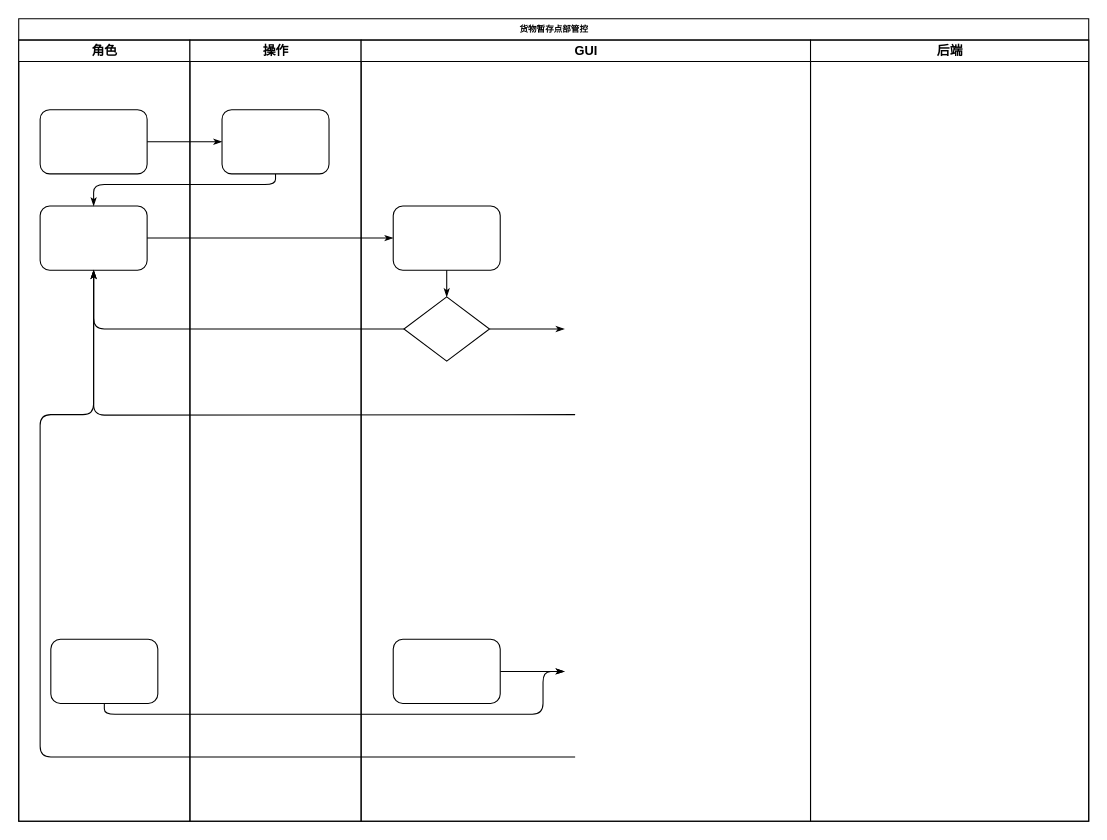
wenwenwei/- keeps this draw.io diagram as 货物暂存点部管控.drawio. Above is the earlier version. Source tidied: cells renumbered, new cells numbered last; positions are measured from the earlier drawing's top-left corner, leaving out a move shared by most shapes. Both pictures are drawn from the tidied source at 107%, with x=0, y=0 at pixel (18, 18).
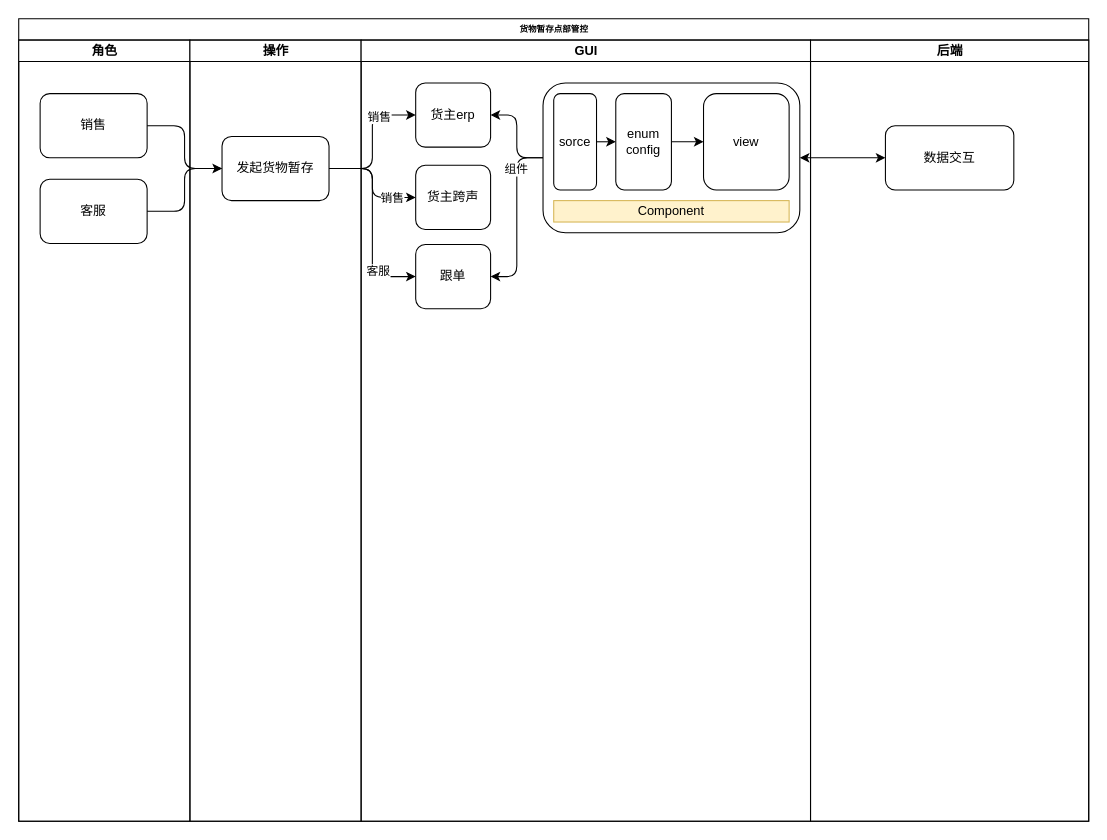
The same page after the edit.

Commit message (it also covers changes not shown here):
更新货物暂存点部管控.drawio

Unchanged cells that the change refers to:
```xml
<mxCell id="2" value="货物暂存点部管控" style="swimlane;html=1;startSize=20;rounded=0;shadow=0;labelBackgroundColor=none;strokeWidth=1;fontFamily=Verdana;fontSize=8;align=center;" parent="1" vertex="1">
  <mxGeometry width="1000" height="750" as="geometry" />
</mxCell>
<mxCell id="3" value="角色" style="swimlane;html=1;startSize=20;" parent="2" vertex="1">
  <mxGeometry y="20" width="160" height="730" as="geometry" />
</mxCell>
<mxCell id="16" value="操作" style="swimlane;html=1;startSize=20;" parent="2" vertex="1">
  <mxGeometry x="160" y="20" width="160" height="730" as="geometry" />
</mxCell>
<mxCell id="18" value="GUI" style="swimlane;html=1;startSize=20;" parent="2" vertex="1">
  <mxGeometry x="320" y="20" width="420" height="730" as="geometry" />
</mxCell>
<mxCell id="23" value="后端" style="swimlane;html=1;startSize=20;" parent="2" vertex="1">
  <mxGeometry x="740" y="20" width="260" height="730" as="geometry" />
</mxCell>
```

The edit, as a diff of the source:
```diff
@@
-    <mxCell id="4" style="rounded=1;whiteSpace=wrap;html=1;shadow=0;labelBackgroundColor=none;strokeWidth=1;fontFamily=Verdana;fontSize=8;align=center;" parent="3" vertex="1">
-      <mxGeometry x="20" y="65" width="100" height="60" as="geometry" />
+    <mxCell id="4" value="&lt;font style=&quot;font-size: 12px;&quot;&gt;销售&lt;/font&gt;" style="rounded=1;whiteSpace=wrap;html=1;shadow=0;labelBackgroundColor=none;strokeWidth=1;fontFamily=Verdana;fontSize=8;align=center;" parent="3" vertex="1">
+      <mxGeometry x="20" y="50" width="100" height="60" as="geometry" />
     </mxCell>
-    <mxCell id="5" style="rounded=1;whiteSpace=wrap;html=1;shadow=0;labelBackgroundColor=none;strokeWidth=1;fontFamily=Verdana;fontSize=8;align=center;" parent="3" vertex="1">
-      <mxGeometry x="20" y="155" width="100" height="60" as="geometry" />
-    </mxCell>
-    <mxCell id="6" style="rounded=1;whiteSpace=wrap;html=1;shadow=0;labelBackgroundColor=none;strokeWidth=1;fontFamily=Verdana;fontSize=8;align=center;" parent="3" vertex="1">
-      <mxGeometry x="30" y="560" width="100" height="60" as="geometry" />
-    </mxCell>
+    <mxCell id="24" value="&lt;font style=&quot;font-size: 12px;&quot;&gt;客服&lt;/font&gt;" style="rounded=1;whiteSpace=wrap;html=1;shadow=0;labelBackgroundColor=none;strokeWidth=1;fontFamily=Verdana;fontSize=8;align=center;" parent="3" vertex="1">
+      <mxGeometry x="20" y="130" width="100" height="60" as="geometry" />
+    </mxCell>
@@
-    <mxCell id="8" style="edgeStyle=orthogonalEdgeStyle;rounded=1;html=1;labelBackgroundColor=none;startArrow=none;startFill=0;startSize=5;endArrow=classicThin;endFill=1;endSize=5;jettySize=auto;strokeWidth=1;fontFamily=Verdana;fontSize=8;" parent="2" edge="1" source="17" target="5">
-      <mxGeometry relative="1" as="geometry">
-        <Array as="points">
-          <mxPoint x="240" y="155" />
-          <mxPoint x="70" y="155" />
-        </Array>
-      </mxGeometry>
-    </mxCell>
-    <mxCell id="9" style="edgeStyle=orthogonalEdgeStyle;rounded=1;html=1;labelBackgroundColor=none;startArrow=none;startFill=0;startSize=5;endArrow=classicThin;endFill=1;endSize=5;jettySize=auto;strokeWidth=1;fontFamily=Verdana;fontSize=8;" parent="2" edge="1" source="5" target="19">
-      <mxGeometry relative="1" as="geometry" />
-    </mxCell>
-    <mxCell id="10" style="edgeStyle=orthogonalEdgeStyle;rounded=1;html=1;labelBackgroundColor=none;startArrow=none;startFill=0;startSize=5;endArrow=classicThin;endFill=1;endSize=5;jettySize=auto;strokeWidth=1;fontFamily=Verdana;fontSize=8;" parent="2" edge="1" source="20" target="5">
-      <mxGeometry relative="1" as="geometry" />
-    </mxCell>
-    <mxCell id="11" style="edgeStyle=orthogonalEdgeStyle;rounded=1;html=1;labelBackgroundColor=none;startArrow=none;startFill=0;startSize=5;endArrow=classicThin;endFill=1;endSize=5;jettySize=auto;strokeWidth=1;fontFamily=Verdana;fontSize=8;" parent="2" edge="1" target="5">
-      <mxGeometry relative="1" as="geometry">
-        <mxPoint x="520" y="370" as="sourcePoint" />
-      </mxGeometry>
-    </mxCell>
-    <mxCell id="12" style="edgeStyle=orthogonalEdgeStyle;rounded=1;html=1;labelBackgroundColor=none;startArrow=none;startFill=0;startSize=5;endArrow=classicThin;endFill=1;endSize=5;jettySize=auto;strokeWidth=1;fontFamily=Verdana;fontSize=8;" parent="2" edge="1" target="5">
-      <mxGeometry relative="1" as="geometry">
-        <mxPoint x="520" y="690" as="sourcePoint" />
-        <Array as="points">
-          <mxPoint x="20" y="690" />
-          <mxPoint x="20" y="370" />
-          <mxPoint x="70" y="370" />
-        </Array>
-      </mxGeometry>
-    </mxCell>
-    <mxCell id="13" style="edgeStyle=orthogonalEdgeStyle;rounded=1;html=1;labelBackgroundColor=none;startArrow=none;startFill=0;startSize=5;endArrow=classicThin;endFill=1;endSize=5;jettySize=auto;strokeWidth=1;fontFamily=Verdana;fontSize=8;" parent="2" edge="1" source="20">
-      <mxGeometry relative="1" as="geometry">
-        <mxPoint x="510" y="290" as="targetPoint" />
-      </mxGeometry>
-    </mxCell>
-    <mxCell id="14" style="edgeStyle=orthogonalEdgeStyle;rounded=1;html=1;labelBackgroundColor=none;startArrow=none;startFill=0;startSize=5;endArrow=classicThin;endFill=1;endSize=5;jettySize=auto;strokeWidth=1;fontFamily=Verdana;fontSize=8;" parent="2" edge="1" source="6">
-      <mxGeometry relative="1" as="geometry">
-        <mxPoint x="510" y="610" as="targetPoint" />
-        <Array as="points">
-          <mxPoint x="80" y="650" />
-          <mxPoint x="490" y="650" />
-          <mxPoint x="490" y="610" />
-        </Array>
-      </mxGeometry>
-    </mxCell>
-    <mxCell id="15" style="edgeStyle=orthogonalEdgeStyle;rounded=1;html=1;labelBackgroundColor=none;startArrow=none;startFill=0;startSize=5;endArrow=classicThin;endFill=1;endSize=5;jettySize=auto;strokeWidth=1;fontFamily=Verdana;fontSize=8;" parent="2" edge="1" source="21">
-      <mxGeometry relative="1" as="geometry">
-        <mxPoint x="510" y="610" as="targetPoint" />
-      </mxGeometry>
-    </mxCell>
@@
-    <mxCell id="17" style="rounded=1;whiteSpace=wrap;html=1;shadow=0;labelBackgroundColor=none;strokeWidth=1;fontFamily=Verdana;fontSize=8;align=center;" parent="16" vertex="1">
-      <mxGeometry x="30" y="65" width="100" height="60" as="geometry" />
+    <mxCell id="17" value="&lt;font style=&quot;font-size: 12px;&quot;&gt;发起货物暂存&lt;/font&gt;" style="rounded=1;whiteSpace=wrap;html=1;shadow=0;labelBackgroundColor=none;strokeWidth=1;fontFamily=Verdana;fontSize=8;align=center;" parent="16" vertex="1">
+      <mxGeometry x="30" y="90" width="100" height="60" as="geometry" />
     </mxCell>
@@
-    <mxCell id="19" style="rounded=1;whiteSpace=wrap;html=1;shadow=0;labelBackgroundColor=none;strokeWidth=1;fontFamily=Verdana;fontSize=8;align=center;" parent="18" vertex="1">
-      <mxGeometry x="30" y="155" width="100" height="60" as="geometry" />
-    </mxCell>
-    <mxCell id="20" style="rhombus;whiteSpace=wrap;html=1;rounded=0;shadow=0;labelBackgroundColor=none;strokeWidth=1;fontFamily=Verdana;fontSize=8;align=center;" parent="18" vertex="1">
-      <mxGeometry x="40" y="240" width="80" height="60" as="geometry" />
-    </mxCell>
-    <mxCell id="21" style="rounded=1;whiteSpace=wrap;html=1;shadow=0;labelBackgroundColor=none;strokeWidth=1;fontFamily=Verdana;fontSize=8;align=center;" parent="18" vertex="1">
-      <mxGeometry x="30" y="560" width="100" height="60" as="geometry" />
-    </mxCell>
-    <mxCell id="22" style="edgeStyle=orthogonalEdgeStyle;rounded=1;html=1;labelBackgroundColor=none;startArrow=none;startFill=0;startSize=5;endArrow=classicThin;endFill=1;endSize=5;jettySize=auto;strokeWidth=1;fontFamily=Verdana;fontSize=8;" parent="18" edge="1" source="19" target="20">
-      <mxGeometry relative="1" as="geometry" />
-    </mxCell>
+    <mxCell id="25" value="货主erp" style="rounded=1;whiteSpace=wrap;html=1;" parent="18" vertex="1">
+      <mxGeometry x="51" y="40" width="70" height="60" as="geometry" />
+    </mxCell>
+    <mxCell id="26" value="跟单" style="rounded=1;whiteSpace=wrap;html=1;" parent="18" vertex="1">
+      <mxGeometry x="51" y="191" width="70" height="60" as="geometry" />
+    </mxCell>
+    <mxCell id="27" style="edgeStyle=orthogonalEdgeStyle;rounded=1;jettySize=auto;html=1;entryX=1;entryY=0.5;entryDx=0;entryDy=0;curved=0;" parent="18" edge="1" source="30" target="25">
+      <mxGeometry relative="1" as="geometry" />
+    </mxCell>
+    <mxCell id="28" style="edgeStyle=orthogonalEdgeStyle;rounded=1;jettySize=auto;html=1;entryX=1;entryY=0.5;entryDx=0;entryDy=0;curved=0;" parent="18" edge="1" source="30" target="26">
+      <mxGeometry relative="1" as="geometry" />
+    </mxCell>
+    <mxCell id="29" value="组件" style="edgeLabel;html=1;align=center;verticalAlign=middle;" parent="28" vertex="1">
+      <mxGeometry x="-0.56" y="-1" relative="1" as="geometry" />
+    </mxCell>
+    <mxCell id="30" style="rounded=1;whiteSpace=wrap;html=1;" parent="18" vertex="1">
+      <mxGeometry x="170" y="40" width="240" height="140" as="geometry" />
+    </mxCell>
+    <mxCell id="31" style="edgeStyle=orthogonalEdgeStyle;rounded=0;jettySize=auto;html=1;exitX=1;exitY=0.5;exitDx=0;exitDy=0;entryX=0;entryY=0.5;entryDx=0;entryDy=0;" parent="18" edge="1" source="32" target="34">
+      <mxGeometry relative="1" as="geometry" />
+    </mxCell>
+    <mxCell id="32" value="sorce" style="rounded=1;whiteSpace=wrap;html=1;" parent="18" vertex="1">
+      <mxGeometry x="180" y="50" width="40" height="90" as="geometry" />
+    </mxCell>
+    <mxCell id="33" style="edgeStyle=orthogonalEdgeStyle;rounded=0;jettySize=auto;html=1;exitX=1;exitY=0.5;exitDx=0;exitDy=0;" parent="18" edge="1" source="34" target="35">
+      <mxGeometry relative="1" as="geometry" />
+    </mxCell>
+    <mxCell id="34" value="enum&lt;br&gt;config" style="rounded=1;whiteSpace=wrap;html=1;" parent="18" vertex="1">
+      <mxGeometry x="238" y="50" width="52" height="90" as="geometry" />
+    </mxCell>
+    <mxCell id="35" value="view" style="rounded=1;whiteSpace=wrap;html=1;" parent="18" vertex="1">
+      <mxGeometry x="320" y="50" width="80" height="90" as="geometry" />
+    </mxCell>
+    <mxCell id="36" style="edgeStyle=orthogonalEdgeStyle;rounded=0;orthogonalLoop=1;jettySize=auto;html=1;exitX=0.5;exitY=1;exitDx=0;exitDy=0;" parent="18" edge="1" source="32" target="32">
+      <mxGeometry relative="1" as="geometry" />
+    </mxCell>
+    <mxCell id="37" style="edgeStyle=orthogonalEdgeStyle;rounded=0;orthogonalLoop=1;jettySize=auto;html=1;exitX=0.5;exitY=1;exitDx=0;exitDy=0;" parent="18" edge="1" source="32" target="32">
+      <mxGeometry relative="1" as="geometry" />
+    </mxCell>
+    <mxCell id="38" style="edgeStyle=orthogonalEdgeStyle;rounded=0;orthogonalLoop=1;jettySize=auto;html=1;exitX=0.5;exitY=1;exitDx=0;exitDy=0;" parent="18" edge="1" source="34" target="34">
+      <mxGeometry relative="1" as="geometry" />
+    </mxCell>
+    <mxCell id="39" value="Component" style="rounded=0;whiteSpace=wrap;html=1;fillColor=#fff2cc;strokeColor=#d6b656;" parent="18" vertex="1">
+      <mxGeometry x="180" y="150" width="220" height="20" as="geometry" />
+    </mxCell>
+    <mxCell id="40" value="货主跨声" style="rounded=1;whiteSpace=wrap;html=1;" parent="18" vertex="1">
+      <mxGeometry x="51" y="117" width="70" height="60" as="geometry" />
+    </mxCell>
@@
+    <mxCell id="41" value="数据交互" style="rounded=1;whiteSpace=wrap;html=1;" parent="23" vertex="1">
+      <mxGeometry x="70" y="80" width="120" height="60" as="geometry" />
+    </mxCell>
+    <mxCell id="42" style="edgeStyle=orthogonalEdgeStyle;rounded=1;jettySize=auto;html=1;exitX=1;exitY=0.5;exitDx=0;exitDy=0;startArrow=none;startFill=0;curved=0;entryX=0;entryY=0.5;entryDx=0;entryDy=0;" parent="2" edge="1" source="24" target="17">
+      <mxGeometry relative="1" as="geometry" />
+    </mxCell>
+    <mxCell id="43" style="edgeStyle=orthogonalEdgeStyle;rounded=1;jettySize=auto;html=1;exitX=1;exitY=0.5;exitDx=0;exitDy=0;curved=0;" parent="2" edge="1" source="17" target="25">
+      <mxGeometry relative="1" as="geometry" />
+    </mxCell>
+    <mxCell id="44" value="销售" style="edgeLabel;html=1;align=center;verticalAlign=middle;" parent="43" vertex="1">
+      <mxGeometry x="0.44" y="-4" relative="1" as="geometry">
+        <mxPoint x="2" y="-3" as="offset" />
+      </mxGeometry>
+    </mxCell>
+    <mxCell id="45" style="edgeStyle=orthogonalEdgeStyle;rounded=1;jettySize=auto;html=1;entryX=0;entryY=0.5;entryDx=0;entryDy=0;curved=0;startArrow=classic;startFill=1;" parent="2" edge="1" source="30" target="41">
+      <mxGeometry relative="1" as="geometry" />
+    </mxCell>
+    <mxCell id="46" style="edgeStyle=orthogonalEdgeStyle;rounded=1;jettySize=auto;html=1;exitX=1;exitY=0.5;exitDx=0;exitDy=0;entryX=0;entryY=0.5;entryDx=0;entryDy=0;curved=0;" parent="2" edge="1" source="17" target="40">
+      <mxGeometry relative="1" as="geometry" />
+    </mxCell>
+    <mxCell id="47" value="销售" style="edgeLabel;html=1;align=center;verticalAlign=middle;" parent="46" vertex="1">
+      <mxGeometry x="0.57" relative="1" as="geometry" />
+    </mxCell>
+    <mxCell id="48" style="edgeStyle=orthogonalEdgeStyle;rounded=1;jettySize=auto;html=1;exitX=1;exitY=0.5;exitDx=0;exitDy=0;entryX=0;entryY=0.5;entryDx=0;entryDy=0;curved=0;" parent="2" edge="1" source="17" target="26">
+      <mxGeometry relative="1" as="geometry" />
+    </mxCell>
+    <mxCell id="49" value="客服" style="edgeLabel;html=1;align=center;verticalAlign=middle;" parent="48" vertex="1">
+      <mxGeometry x="0.48" y="1" relative="1" as="geometry">
+        <mxPoint x="4" y="1" as="offset" />
+      </mxGeometry>
+    </mxCell>
```
